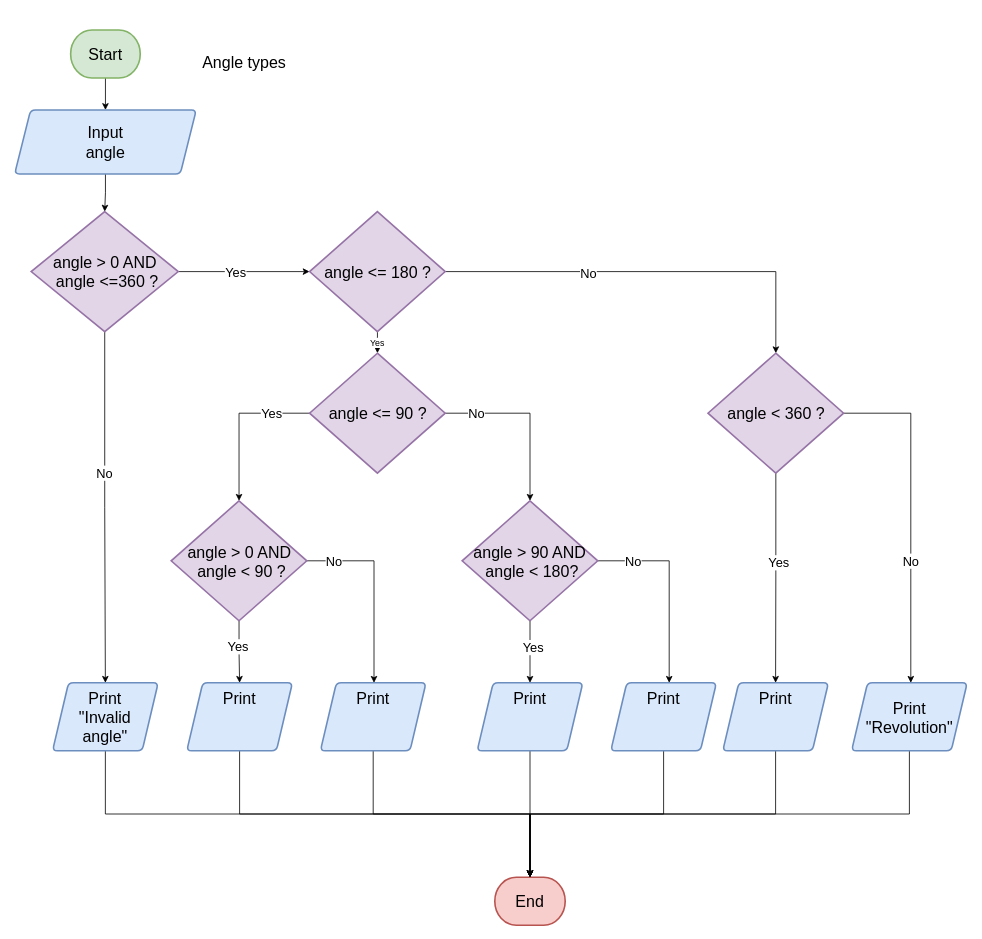
Above: docs/flowcharts/drawio_files/selection/angles_types_st.drawio in gmc-code/PC-algorithms (draw.io), before the change. Source tidied: cells renumbered, new cells numbered last; positions are measured from the earlier drawing's top-left corner, leaving out a move shared by most shapes. Both pictures are drawn from the tidied source at 80%, with x=0, y=0 at pixel (14, 14).
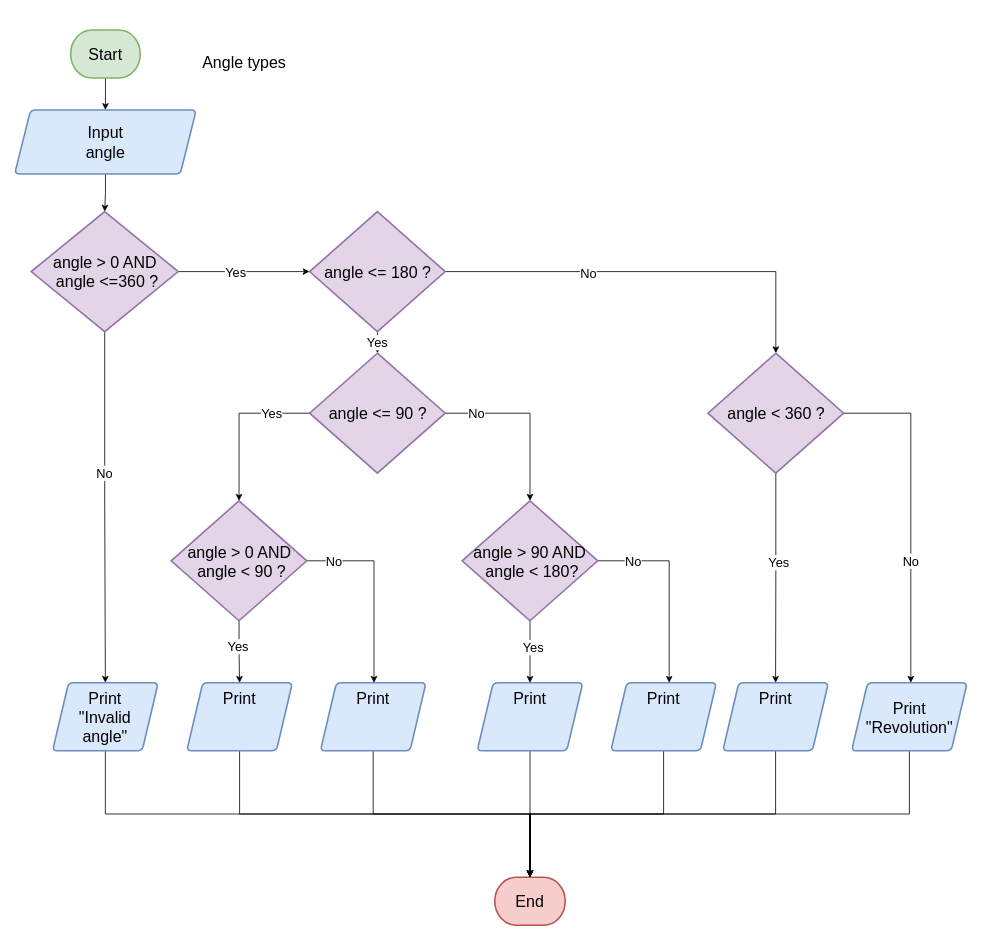
The same page after the edit.

Unchanged cells that the change refers to:
```xml
<mxCell id="29" style="edgeStyle=orthogonalEdgeStyle;rounded=0;jettySize=auto;html=1;" parent="1" edge="1" source="31" target="36">
  <mxGeometry relative="1" as="geometry" />
</mxCell>
```

What changed in the source:
```diff
@@
-    <mxCell id="30" value="Yes" style="edgeLabel;html=1;align=center;verticalAlign=middle;" parent="29" vertex="1">
+    <mxCell id="30" value="Yes" style="edgeLabel;html=1;align=center;verticalAlign=middle;fontSize=16;" parent="29" vertex="1">
       <mxGeometry x="0.46" y="-1" relative="1" as="geometry" />
     </mxCell>
```
